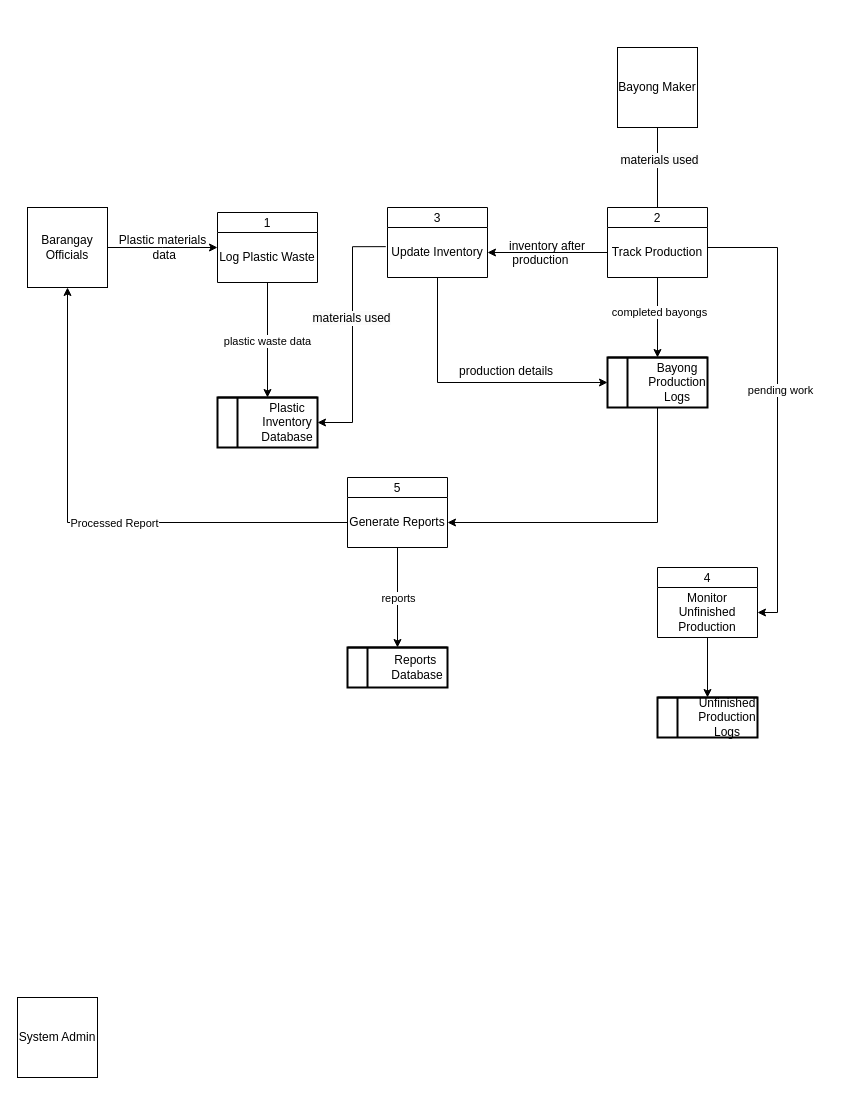
Above: data_flow.drawio in Leck0000/1 (draw.io), before the change. Source tidied: cells renumbered, new cells numbered last; positions are measured from the earlier drawing's top-left corner, leaving out a move shared by most shapes. Both pictures are drawn from the tidied source at 100%, with x=0, y=0 at pixel (17, 47).
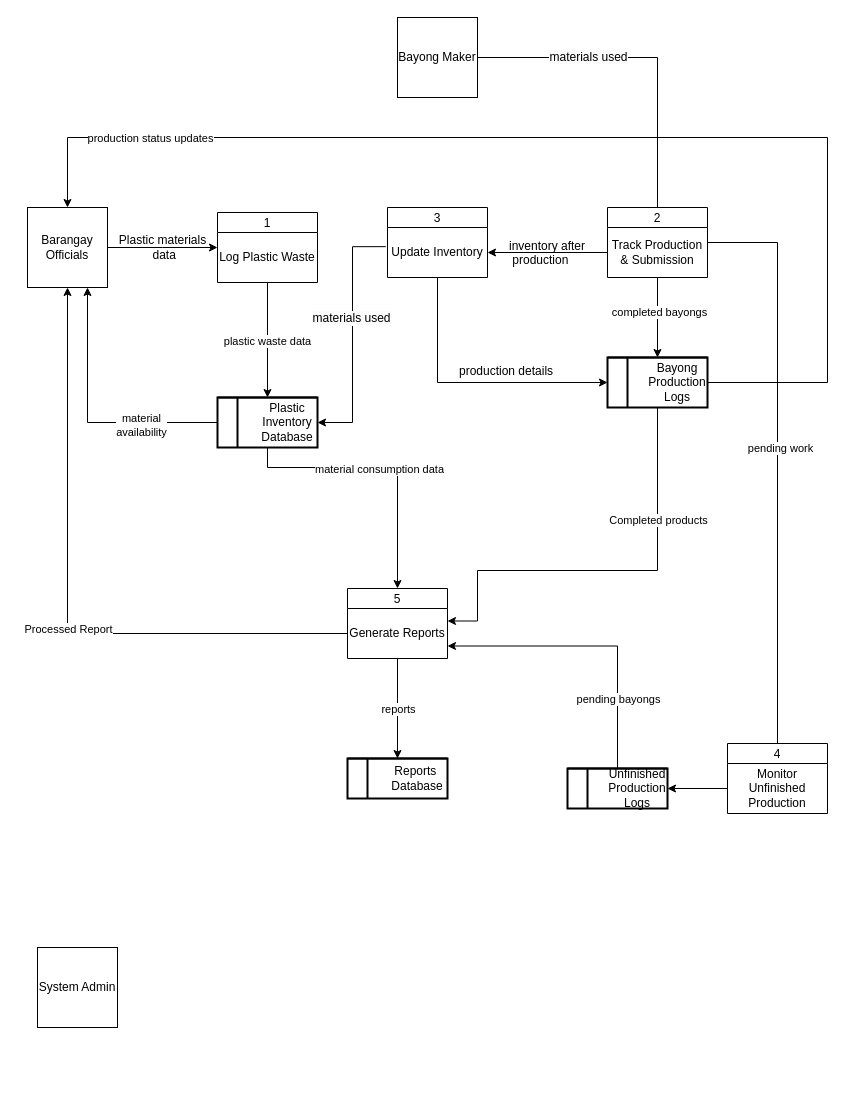
The same diagram, later.

The change refers to these unchanged cells:
```xml
<mxCell id="2" value="Barangay Officials" style="whiteSpace=wrap;html=1;" parent="1" vertex="1">
  <mxGeometry x="10" y="160" width="80" height="80" as="geometry" />
</mxCell>
<mxCell id="11" value="2" style="swimlane;fontStyle=0;horizontal=1;startSize=20;fillColor=#ffffff;swimlaneFillColor=#ffffff;" parent="1" vertex="1">
  <mxGeometry x="590" y="160" width="100" height="70" as="geometry" />
</mxCell>
<mxCell id="18" value="Generate Reports" style="text;html=1;align=center;verticalAlign=middle;whiteSpace=wrap;rounded=0;" parent="17" vertex="1">
  <mxGeometry y="20" width="100" height="50" as="geometry" />
</mxCell>
<mxCell id="19" value="&lt;blockquote style=&quot;margin: 0 0 0 40px; border: none; padding: 0px;&quot;&gt;Plastic&lt;div&gt;Inventory&lt;/div&gt;&lt;div&gt;Database&lt;/div&gt;&lt;/blockquote&gt;" style="shape=internalStorage;whiteSpace=wrap;html=1;dx=20;dy=0;rounded=1;arcSize=0;strokeWidth=2;" parent="1" vertex="1">
  <mxGeometry x="200" y="350" width="100" height="50" as="geometry" />
</mxCell>
<mxCell id="21" value="&lt;blockquote style=&quot;margin: 0 0 0 40px; border: none; padding: 0px;&quot;&gt;Bayong Production&lt;div&gt;Logs&lt;/div&gt;&lt;/blockquote&gt;" style="shape=internalStorage;whiteSpace=wrap;html=1;dx=20;dy=0;rounded=1;arcSize=0;strokeWidth=2;" parent="1" vertex="1">
  <mxGeometry x="590" y="310" width="100" height="50" as="geometry" />
</mxCell>
<mxCell id="43" value="Monitor Unfinished Production" style="text;html=1;align=center;verticalAlign=middle;whiteSpace=wrap;rounded=0;" parent="42" vertex="1">
  <mxGeometry y="20" width="100" height="50" as="geometry" />
</mxCell>
```

Diff of the diagram source:
```diff
@@
-<mxGraphModel>
+<mxGraphModel background="#FFFFFF">
@@
     <mxCell id="5" value="Bayong Maker" style="whiteSpace=wrap;html=1;" parent="1" vertex="1">
-      <mxGeometry x="600" width="80" height="80" as="geometry" />
+      <mxGeometry x="380" y="-30" width="80" height="80" as="geometry" />
     </mxCell>
-    <mxCell id="6" value="System Admin" style="whiteSpace=wrap;html=1;" parent="1" vertex="1">
-      <mxGeometry y="950" width="80" height="80" as="geometry" />
-    </mxCell>
@@
+    <mxCell id="6" value="System Admin" style="whiteSpace=wrap;html=1;" parent="1" vertex="1">
+      <mxGeometry x="20" y="900" width="80" height="80" as="geometry" />
+    </mxCell>
-    <mxCell id="9" style="edgeStyle=orthogonalEdgeStyle;rounded=0;jettySize=auto;html=1;entryX=1;entryY=0.5;entryDx=0;entryDy=0;" parent="1" edge="1" source="11" target="43">
+    <mxCell id="9" style="edgeStyle=orthogonalEdgeStyle;rounded=0;jettySize=auto;html=1;entryX=0.5;entryY=0;entryDx=0;entryDy=0;" parent="1" edge="1" source="11" target="43">
       <mxGeometry relative="1" as="geometry">
         <Array as="points">
-          <mxPoint x="760" y="200" />
-          <mxPoint x="760" y="565" />
+          <mxPoint x="760" y="195" />
         </Array>
       </mxGeometry>
     </mxCell>
@@
-    <mxCell id="12" value="Track Production" style="text;html=1;align=center;verticalAlign=middle;whiteSpace=wrap;rounded=0;" parent="11" vertex="1">
+    <mxCell id="12" value="Track Production &amp;amp; Submission" style="text;html=1;align=center;verticalAlign=middle;whiteSpace=wrap;rounded=0;" parent="11" vertex="1">
       <mxGeometry y="20" width="100" height="50" as="geometry" />
     </mxCell>
@@
     <mxCell id="17" value="5" style="swimlane;fontStyle=0;horizontal=1;startSize=20;fillColor=#ffffff;swimlaneFillColor=#ffffff;" parent="1" vertex="1">
-      <mxGeometry x="330" y="430" width="100" height="70" as="geometry" />
+      <mxGeometry x="330" y="541" width="100" height="70" as="geometry" />
     </mxCell>
@@
+    <mxCell id="46" style="edgeStyle=orthogonalEdgeStyle;rounded=0;jettySize=auto;html=1;entryX=0.5;entryY=0;entryDx=0;entryDy=0;" parent="1" edge="1" source="19" target="17">
+      <mxGeometry relative="1" as="geometry">
+        <Array as="points">
+          <mxPoint x="250" y="420" />
+          <mxPoint x="380" y="420" />
+        </Array>
+      </mxGeometry>
+    </mxCell>
+    <mxCell id="47" value="material consumption data" style="edgeLabel;html=1;align=center;verticalAlign=middle;" parent="46" vertex="1">
+      <mxGeometry x="-0.03" y="-1" relative="1" as="geometry" />
+    </mxCell>
+    <mxCell id="48" style="edgeStyle=orthogonalEdgeStyle;rounded=0;jettySize=auto;html=1;entryX=0.75;entryY=1;entryDx=0;entryDy=0;" parent="1" edge="1" source="19" target="2">
+      <mxGeometry relative="1" as="geometry" />
+    </mxCell>
+    <mxCell id="49" value="material&lt;div&gt;availability&lt;/div&gt;" style="edgeLabel;html=1;align=center;verticalAlign=middle;" parent="48" vertex="1">
+      <mxGeometry x="-0.42" y="2" relative="1" as="geometry" />
+    </mxCell>
+    <mxCell id="20" style="edgeStyle=orthogonalEdgeStyle;rounded=0;jettySize=auto;html=1;entryX=1;entryY=0.25;entryDx=0;entryDy=0;exitX=0.5;exitY=1;exitDx=0;exitDy=0;" parent="1" edge="1" source="21" target="18">
+      <mxGeometry relative="1" as="geometry">
+        <Array as="points">
+          <mxPoint x="640" y="523" />
+          <mxPoint x="460" y="523" />
+        </Array>
+      </mxGeometry>
+    </mxCell>
+    <mxCell id="50" style="edgeLabel;html=1;align=center;verticalAlign=middle;" parent="20" vertex="1">
+      <mxGeometry x="-0.51" y="1" relative="1" as="geometry">
+        <mxPoint y="1" as="offset" />
+      </mxGeometry>
+    </mxCell>
+    <mxCell id="51" value="Completed products" style="edgeLabel;html=1;align=center;verticalAlign=middle;" parent="20" vertex="1">
+      <mxGeometry x="-0.47" relative="1" as="geometry" />
+    </mxCell>
@@
-    <mxCell id="20" style="edgeStyle=orthogonalEdgeStyle;rounded=0;jettySize=auto;html=1;entryX=1;entryY=0.5;entryDx=0;entryDy=0;exitX=0.5;exitY=1;exitDx=0;exitDy=0;" parent="1" edge="1" source="21" target="18">
-      <mxGeometry relative="1" as="geometry" />
-    </mxCell>
+    <mxCell id="52" style="edgeStyle=orthogonalEdgeStyle;rounded=0;jettySize=auto;html=1;entryX=0.5;entryY=0;entryDx=0;entryDy=0;" parent="1" edge="1" source="21" target="2">
+      <mxGeometry relative="1" as="geometry">
+        <Array as="points">
+          <mxPoint x="810" y="335" />
+          <mxPoint x="810" y="90" />
+          <mxPoint x="50" y="90" />
+        </Array>
+      </mxGeometry>
+    </mxCell>
+    <mxCell id="53" value="production status updates" style="edgeLabel;html=1;align=center;verticalAlign=middle;" parent="52" vertex="1">
+      <mxGeometry x="0.8" y="3" relative="1" as="geometry">
+        <mxPoint x="33" y="-3" as="offset" />
+      </mxGeometry>
+    </mxCell>
@@
     <mxCell id="22" value="&lt;blockquote style=&quot;margin: 0 0 0 40px; border: none; padding: 0px;&quot;&gt;Reports&amp;nbsp;&lt;div&gt;Database&lt;/div&gt;&lt;/blockquote&gt;" style="shape=internalStorage;whiteSpace=wrap;html=1;dx=20;dy=0;rounded=1;arcSize=0;strokeWidth=2;" parent="1" vertex="1">
-      <mxGeometry x="330" y="600" width="100" height="40" as="geometry" />
+      <mxGeometry x="330" y="711" width="100" height="40" as="geometry" />
     </mxCell>
@@
     <mxCell id="42" value="4" style="swimlane;fontStyle=0;horizontal=1;startSize=20;fillColor=#ffffff;swimlaneFillColor=#ffffff;" parent="1" vertex="1">
-      <mxGeometry x="640" y="520" width="100" height="70" as="geometry" />
+      <mxGeometry x="710" y="696" width="100" height="70" as="geometry" />
     </mxCell>
@@
+    <mxCell id="54" style="edgeStyle=orthogonalEdgeStyle;rounded=0;jettySize=auto;html=1;entryX=1;entryY=0.75;entryDx=0;entryDy=0;exitX=0.5;exitY=0;exitDx=0;exitDy=0;" parent="1" edge="1" source="44" target="18">
+      <mxGeometry relative="1" as="geometry" />
+    </mxCell>
+    <mxCell id="55" value="pending bayongs" style="edgeLabel;html=1;align=center;verticalAlign=middle;" parent="54" vertex="1">
+      <mxGeometry x="-0.32" y="1" relative="1" as="geometry">
+        <mxPoint x="1" y="29" as="offset" />
+      </mxGeometry>
+    </mxCell>
     <mxCell id="44" value="&lt;blockquote style=&quot;margin: 0 0 0 40px; border: none; padding: 0px;&quot;&gt;Unfinished Production Logs&lt;/blockquote&gt;" style="shape=internalStorage;whiteSpace=wrap;html=1;dx=20;dy=0;rounded=1;arcSize=0;strokeWidth=2;" parent="1" vertex="1">
-      <mxGeometry x="640" y="650" width="100" height="40" as="geometry" />
+      <mxGeometry x="550" y="721" width="100" height="40" as="geometry" />
     </mxCell>
-    <mxCell id="45" style="edgeStyle=orthogonalEdgeStyle;rounded=0;jettySize=auto;html=1;entryX=0.5;entryY=0;entryDx=0;entryDy=0;" parent="1" edge="1" source="43" target="44">
+    <mxCell id="45" style="edgeStyle=orthogonalEdgeStyle;rounded=0;jettySize=auto;html=1;entryX=1;entryY=0.5;entryDx=0;entryDy=0;" parent="1" edge="1" source="43" target="44">
       <mxGeometry relative="1" as="geometry" />
     </mxCell>
```
